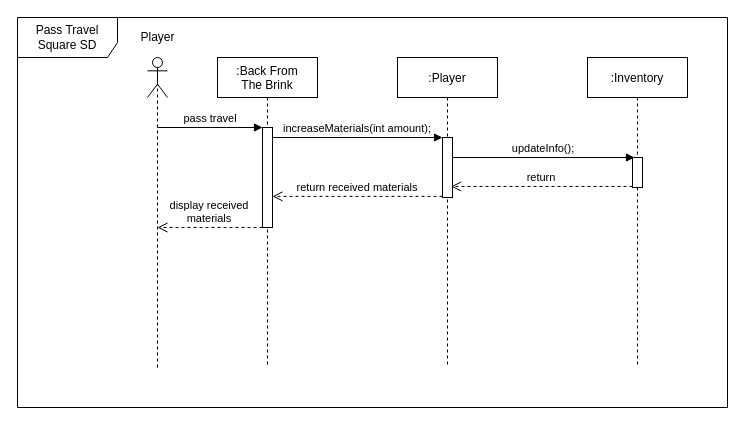
cmcgarry5/csc2058-2021-g25 keeps this draw.io diagram as Documentation/Sequence Diagrams/Pass Travel Square SD (draft).drawio. Above is the earlier version. Source tidied: cells renumbered, new cells numbered last; positions are measured from the earlier drawing's top-left corner, leaving out a move shared by most shapes. Both pictures are drawn from the tidied source at 100%, with x=0, y=0 at pixel (17, 17).
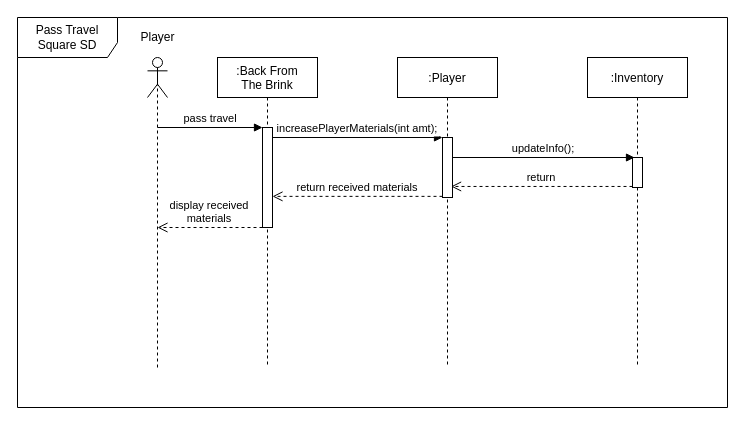
The same page after the edit.

Commit message (it also covers changes not shown here):
Normalising method names

The change refers to these unchanged cells:
```xml
<mxCell id="4" style="points=[];perimeter=orthogonalPerimeter;rounded=0;shadow=0;strokeWidth=1;" parent="3" vertex="1">
  <mxGeometry x="45" y="70" width="10" height="100" as="geometry" />
</mxCell>
<mxCell id="6" style="points=[];perimeter=orthogonalPerimeter;rounded=0;shadow=0;strokeWidth=1;" parent="5" vertex="1">
  <mxGeometry x="45" y="80" width="10" height="60" as="geometry" />
</mxCell>
```

Diff of the diagram source:
```diff
@@
-    <mxCell id="8" value="increaseMaterials(int amount);" style="verticalAlign=bottom;endArrow=block;entryX=0;entryY=0;shadow=0;strokeWidth=1;" parent="1" edge="1" source="4" target="6">
+    <mxCell id="8" value="increasePlayerMaterials(int amt);" style="verticalAlign=bottom;endArrow=block;entryX=0;entryY=0;shadow=0;strokeWidth=1;" parent="1" edge="1" source="4" target="6">
       <mxGeometry relative="1" as="geometry" />
     </mxCell>
```
